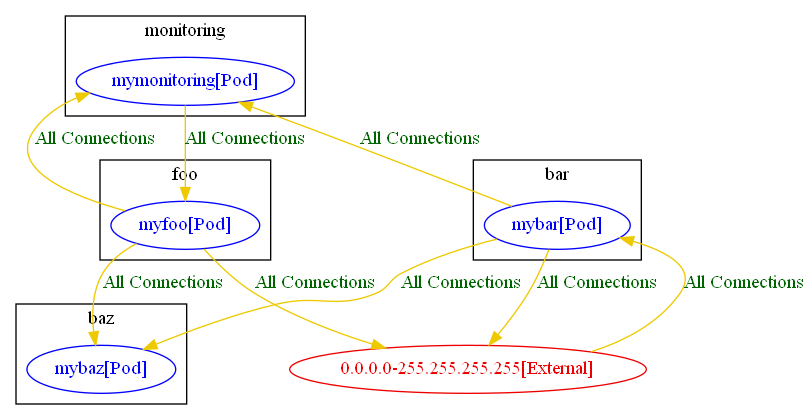
Before: test_outputs/connlist/anp_banp_blog_demo_focus_workload_myfoo_mybar_connlist_output.dot.png, a diagram exported from Graphviz (np-guard/netpol-analyzer). Its source is kept beside it as test_outputs/connlist/anp_banp_blog_demo_focus_workload_myfoo_mybar_connlist_output.dot.
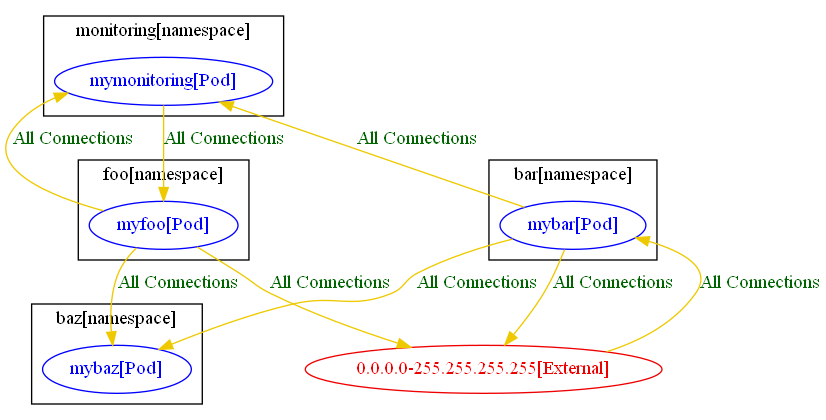
The same diagram one commit later.

Change to the diagram source:
```diff
@@ -1,27 +1,27 @@
 digraph {
-	subgraph "cluster_bar" {
+	subgraph "cluster_bar[namespace]" {
 		color="black"
 		fontcolor="black"
 		"bar/mybar[Pod]" [label="mybar[Pod]" color="blue" fontcolor="blue"]
-		label="bar"
+		label="bar[namespace]"
 	}
-	subgraph "cluster_baz" {
+	subgraph "cluster_baz[namespace]" {
 		color="black"
 		fontcolor="black"
 		"baz/mybaz[Pod]" [label="mybaz[Pod]" color="blue" fontcolor="blue"]
-		label="baz"
+		label="baz[namespace]"
 	}
-	subgraph "cluster_foo" {
+	subgraph "cluster_foo[namespace]" {
 		color="black"
 		fontcolor="black"
 		"foo/myfoo[Pod]" [label="myfoo[Pod]" color="blue" fontcolor="blue"]
-		label="foo"
+		label="foo[namespace]"
 	}
-	subgraph "cluster_monitoring" {
+	subgraph "cluster_monitoring[namespace]" {
 		color="black"
 		fontcolor="black"
 		"monitoring/mymonitoring[Pod]" [label="mymonitoring[Pod]" color="blue" fontcolor="blue"]
-		label="monitoring"
+		label="monitoring[namespace]"
 	}
 	"0.0.0.0-255.255.255.255[External]" [label="0.0.0.0-255.255.255.255[External]" color="red2" fontcolor="red2"]
 	"0.0.0.0-255.255.255.255[External]" -> "bar/mybar[Pod]" [label="All Connections" color="gold2" fontcolor="darkgreen" weight=0.5]
```
